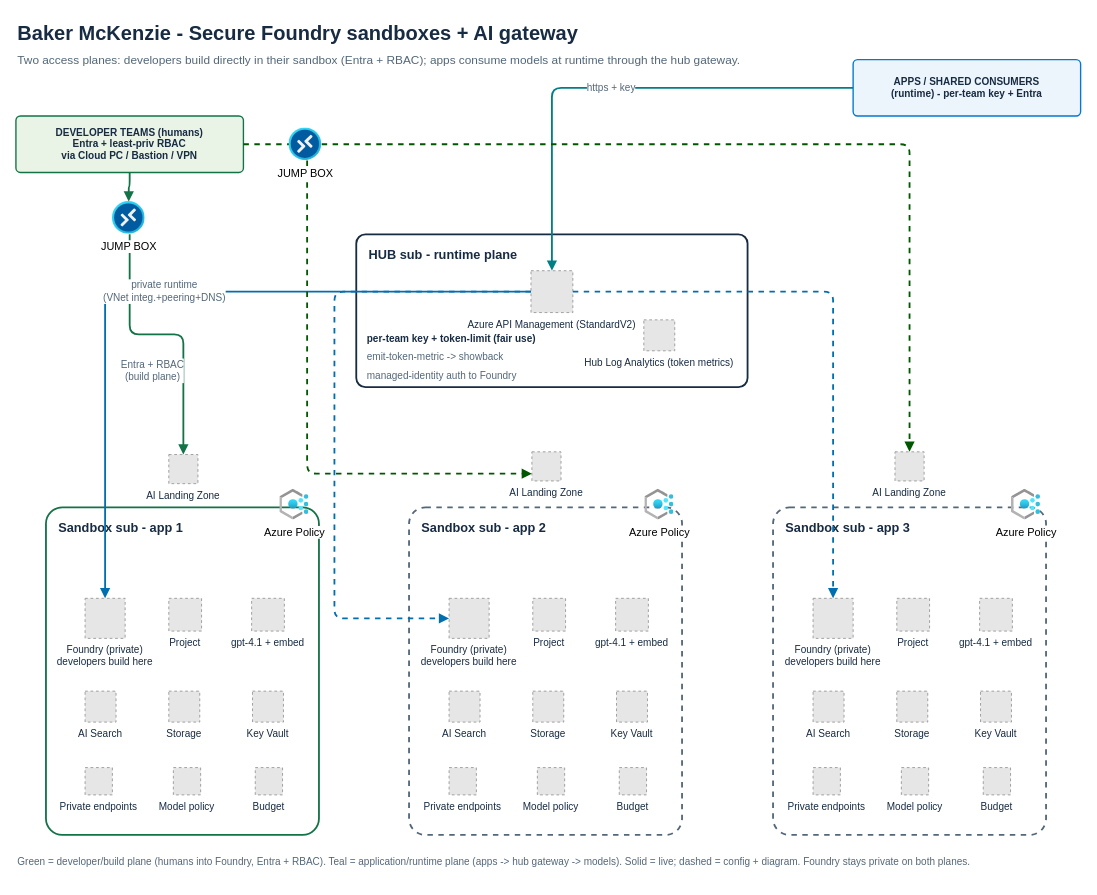
The draw.io diagram examples/baker-mckenzie-workshop/diagrams/hub-and-spoke-gateway.drawio in troyhite/terraform-azurerm-avm-ptn-aiml-landing-zone, before the edit. Source tidied: cells renumbered, new cells numbered last; positions are measured from the earlier drawing's top-left corner, leaving out a move shared by most shapes. Both pictures are drawn from the tidied source at 91%, with x=0, y=0 at pixel (15, 15). Pictures stored in the file or linked from it are replaced by grey dashed boxes.
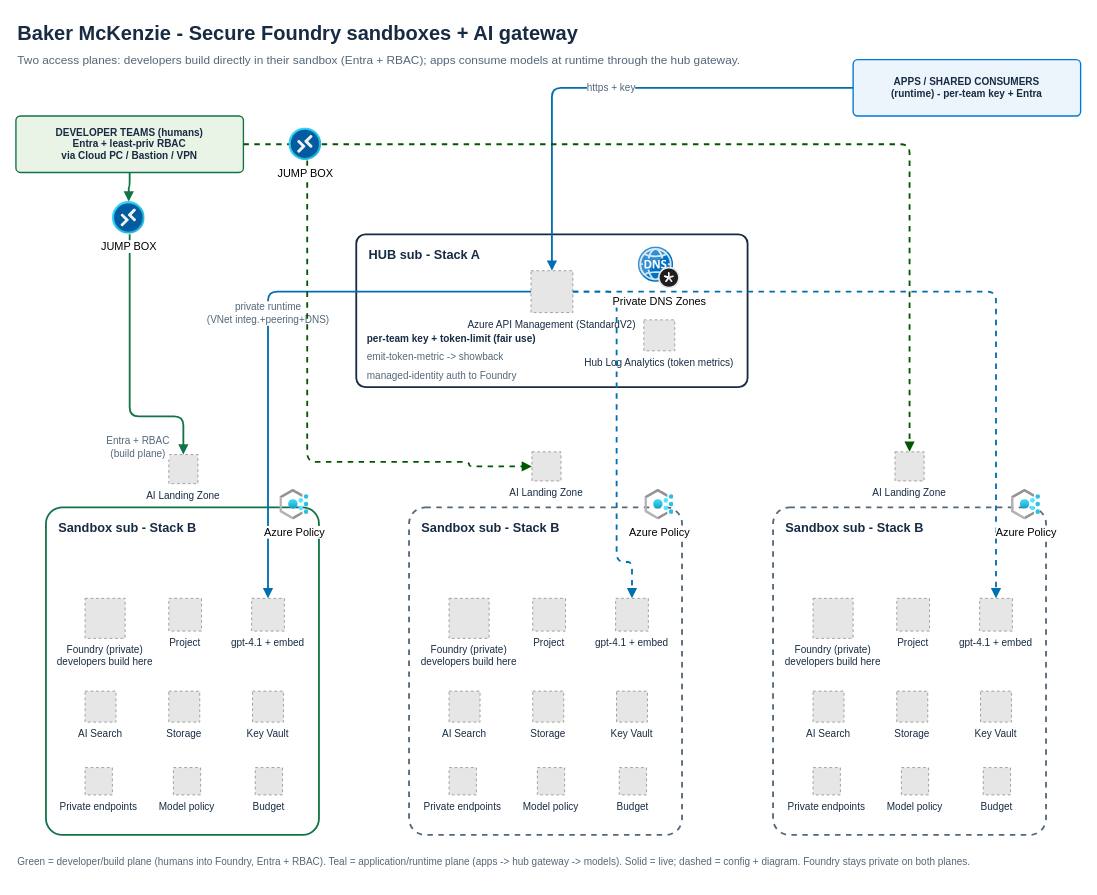
After the change.

The change refers to these unchanged cells:
```xml
<mxCell id="4" value="DEVELOPER TEAMS (humans)&#10;Entra + least-priv RBAC&#10;via Cloud PC / Bastion / VPN" style="rounded=1;whiteSpace=wrap;html=1;fillColor=#E9F3E6;strokeColor=#137347;strokeWidth=1.5;fontColor=#172B42;fontSize=11;fontStyle=1;verticalAlign=middle;arcSize=8;dashed=0;" parent="1" vertex="1">
  <mxGeometry y="110" width="250" height="62" as="geometry" />
</mxCell>
<mxCell id="5" value="APPS / SHARED CONSUMERS&#10;(runtime) - per-team key + Entra" style="rounded=1;whiteSpace=wrap;html=1;fillColor=#EDF5FC;strokeColor=#0078D4;strokeWidth=1.5;fontColor=#172B42;fontSize=11;fontStyle=1;verticalAlign=middle;arcSize=8;dashed=0;" parent="1" vertex="1">
  <mxGeometry x="920" y="48" width="250" height="62" as="geometry" />
</mxCell>
<mxCell id="7" value="Azure API Management (StandardV2)" style="fillColor=#E6E6E6;strokeColor=#999999;dashed=1;verticalLabelPosition=bottom;labelBackgroundColor=none;verticalAlign=top;fontSize=11;fontColor=#172B42;" parent="1" vertex="1">
  <mxGeometry x="566" y="280" width="46" height="46" as="geometry" />
</mxCell>
<mxCell id="14" value="AI Landing Zone" style="fillColor=#E6E6E6;strokeColor=#999999;dashed=1;verticalLabelPosition=bottom;labelBackgroundColor=none;verticalAlign=top;fontSize=11;fontColor=#172B42;" parent="1" vertex="1">
  <mxGeometry x="168" y="482" width="32" height="32" as="geometry" />
</mxCell>
<mxCell id="15" value="Foundry (private)&#10;developers build here" style="fillColor=#E6E6E6;strokeColor=#999999;dashed=1;verticalLabelPosition=bottom;labelBackgroundColor=none;verticalAlign=top;fontSize=11;fontColor=#172B42;" parent="1" vertex="1">
  <mxGeometry x="76" y="640" width="44" height="44" as="geometry" />
</mxCell>
<mxCell id="17" value="gpt-4.1 + embed" style="fillColor=#E6E6E6;strokeColor=#999999;dashed=1;verticalLabelPosition=bottom;labelBackgroundColor=none;verticalAlign=top;fontSize=11;fontColor=#172B42;" parent="1" vertex="1">
  <mxGeometry x="259" y="640" width="36" height="36" as="geometry" />
</mxCell>
<mxCell id="27" value="AI Landing Zone" style="fillColor=#E6E6E6;strokeColor=#999999;dashed=1;verticalLabelPosition=bottom;labelBackgroundColor=none;verticalAlign=top;fontSize=11;fontColor=#172B42;" parent="1" vertex="1">
  <mxGeometry x="567" y="479" width="32" height="32" as="geometry" />
</mxCell>
<mxCell id="28" value="Foundry (private)&#10;developers build here" style="fillColor=#E6E6E6;strokeColor=#999999;dashed=1;verticalLabelPosition=bottom;labelBackgroundColor=none;verticalAlign=top;fontSize=11;fontColor=#172B42;" parent="1" vertex="1">
  <mxGeometry x="476" y="640" width="44" height="44" as="geometry" />
</mxCell>
<mxCell id="30" value="gpt-4.1 + embed" style="fillColor=#E6E6E6;strokeColor=#999999;dashed=1;verticalLabelPosition=bottom;labelBackgroundColor=none;verticalAlign=top;fontSize=11;fontColor=#172B42;" parent="1" vertex="1">
  <mxGeometry x="659" y="640" width="36" height="36" as="geometry" />
</mxCell>
<mxCell id="41" value="Foundry (private)&#10;developers build here" style="fillColor=#E6E6E6;strokeColor=#999999;dashed=1;verticalLabelPosition=bottom;labelBackgroundColor=none;verticalAlign=top;fontSize=11;fontColor=#172B42;" parent="1" vertex="1">
  <mxGeometry x="876" y="640" width="44" height="44" as="geometry" />
</mxCell>
<mxCell id="43" value="gpt-4.1 + embed" style="fillColor=#E6E6E6;strokeColor=#999999;dashed=1;verticalLabelPosition=bottom;labelBackgroundColor=none;verticalAlign=top;fontSize=11;fontColor=#172B42;" parent="1" vertex="1">
  <mxGeometry x="1059" y="640" width="36" height="36" as="geometry" />
</mxCell>
<mxCell id="57" value="JUMP BOX" style="image;html=1;points=[];align=center;fontSize=12;image=img/lib/azure2/other/Windows_Virtual_Desktop.svg;" parent="1" vertex="1">
  <mxGeometry x="106" y="204" width="36" height="36" as="geometry" />
</mxCell>
```

What changed in the source:
```diff
@@
-    <mxCell id="6" value="HUB sub - runtime plane" style="rounded=1;whiteSpace=wrap;html=1;fillColor=none;strokeColor=#172B42;strokeWidth=2;fontColor=#172B42;fontSize=14;fontStyle=1;verticalAlign=top;align=left;spacingLeft=12;spacingTop=8;arcSize=6;dashed=0;" parent="1" vertex="1">
+    <mxCell id="6" value="HUB sub - Stack A" style="rounded=1;whiteSpace=wrap;html=1;fillColor=none;strokeColor=#172B42;strokeWidth=2;fontColor=#172B42;fontSize=14;fontStyle=1;verticalAlign=top;align=left;spacingLeft=12;spacingTop=8;arcSize=6;dashed=0;" parent="1" vertex="1">
       <mxGeometry x="374" y="240" width="430" height="168" as="geometry" />
     </mxCell>
@@
-    <mxCell id="12" value="https + key" style="edgeStyle=orthogonalEdgeStyle;rounded=1;html=1;endArrow=block;endFill=1;strokeColor=#007F86;strokeWidth=2;fontSize=11;fontColor=#536779;labelBackgroundColor=#FFFFFF;dashed=0;" parent="1" edge="1" source="5" target="7">
+    <mxCell id="12" value="https + key" style="edgeStyle=orthogonalEdgeStyle;rounded=1;html=1;endArrow=block;endFill=1;strokeColor=#006EAF;strokeWidth=2;fontSize=11;fontColor=#536779;labelBackgroundColor=#FFFFFF;dashed=0;fillColor=#1ba1e2;" parent="1" edge="1" source="5" target="7">
       <mxGeometry relative="1" as="geometry" />
     </mxCell>
-    <mxCell id="13" value="Sandbox sub - app 1" style="rounded=1;whiteSpace=wrap;html=1;fillColor=none;strokeColor=#137347;strokeWidth=2;fontColor=#172B42;fontSize=14;fontStyle=1;verticalAlign=top;align=left;spacingLeft=12;spacingTop=8;arcSize=6;dashed=0;" parent="1" vertex="1">
+    <mxCell id="13" value="Sandbox sub - Stack B" style="rounded=1;whiteSpace=wrap;html=1;fillColor=none;strokeColor=#137347;strokeWidth=2;fontColor=#172B42;fontSize=14;fontStyle=1;verticalAlign=top;align=left;spacingLeft=12;spacingTop=8;arcSize=6;dashed=0;" parent="1" vertex="1">
       <mxGeometry x="33" y="540" width="300" height="360" as="geometry" />
     </mxCell>
@@
     <mxCell id="24" value="Entra + RBAC&#10;(build plane)" style="edgeStyle=orthogonalEdgeStyle;rounded=1;html=1;endArrow=block;endFill=1;strokeColor=#137347;strokeWidth=2;fontSize=11;fontColor=#536779;labelBackgroundColor=#FFFFFF;dashed=0;entryX=0.5;entryY=0;entryDx=0;entryDy=0;" parent="1" edge="1" source="57" target="14">
       <mxGeometry x="0.39" y="-34" relative="1" as="geometry">
         <Array as="points">
-          <mxPoint x="125" y="350" />
-          <mxPoint x="184" y="350" />
+          <mxPoint x="125" y="440.1" />
+          <mxPoint x="183.9" y="440.1" />
         </Array>
       </mxGeometry>
     </mxCell>
-    <mxCell id="25" value="private runtime&#10;(VNet integ.+peering+DNS)" style="edgeStyle=orthogonalEdgeStyle;rounded=1;html=1;endArrow=block;endFill=1;strokeColor=#006EAF;strokeWidth=2;fontSize=11;fontColor=#536779;labelBackgroundColor=#FFFFFF;dashed=0;fillColor=#1ba1e2;" parent="1" edge="1" source="7" target="15">
+    <mxCell id="25" value="private runtime&#10;(VNet integ.+peering+DNS)" style="edgeStyle=orthogonalEdgeStyle;rounded=1;html=1;endArrow=block;endFill=1;strokeColor=#006EAF;strokeWidth=2;fontSize=11;fontColor=#536779;labelBackgroundColor=#FFFFFF;dashed=0;fillColor=#1ba1e2;" parent="1" edge="1" source="7" target="17">
       <mxGeometry relative="1" as="geometry" />
     </mxCell>
-    <mxCell id="26" value="Sandbox sub - app 2" style="rounded=1;whiteSpace=wrap;html=1;fillColor=none;strokeColor=#536779;strokeWidth=2;fontColor=#172B42;fontSize=14;fontStyle=1;verticalAlign=top;align=left;spacingLeft=12;spacingTop=8;arcSize=6;dashed=1;" parent="1" vertex="1">
+    <mxCell id="26" value="Sandbox sub - Stack B" style="rounded=1;whiteSpace=wrap;html=1;fillColor=none;strokeColor=#536779;strokeWidth=2;fontColor=#172B42;fontSize=14;fontStyle=1;verticalAlign=top;align=left;spacingLeft=12;spacingTop=8;arcSize=6;dashed=1;" parent="1" vertex="1">
       <mxGeometry x="432" y="540" width="300" height="360" as="geometry" />
     </mxCell>
@@
-    <mxCell id="37" style="edgeStyle=orthogonalEdgeStyle;rounded=1;html=1;endArrow=block;endFill=1;strokeColor=#005700;strokeWidth=2;fontSize=11;fontColor=#536779;labelBackgroundColor=#FFFFFF;dashed=1;exitX=1;exitY=0.5;exitDx=0;exitDy=0;entryX=0;entryY=0.75;entryDx=0;entryDy=0;fillColor=#008a00;" parent="1" edge="1" source="4" target="27">
+    <mxCell id="37" style="edgeStyle=orthogonalEdgeStyle;rounded=1;html=1;endArrow=block;endFill=1;strokeColor=#005700;strokeWidth=2;fontSize=11;fontColor=#536779;labelBackgroundColor=#FFFFFF;dashed=1;exitX=1;exitY=0.5;exitDx=0;exitDy=0;entryX=0;entryY=0.5;entryDx=0;entryDy=0;fillColor=#008a00;" parent="1" edge="1" source="4" target="27">
       <mxGeometry relative="1" as="geometry">
         <Array as="points">
-          <mxPoint x="320" y="141" />
-          <mxPoint x="320" y="503" />
+          <mxPoint x="320.1" y="141" />
+          <mxPoint x="320.1" y="490.1" />
+          <mxPoint x="498.1" y="490.1" />
+          <mxPoint x="498.1" y="495" />
         </Array>
       </mxGeometry>
     </mxCell>
-    <mxCell id="38" style="edgeStyle=orthogonalEdgeStyle;rounded=1;html=1;endArrow=block;endFill=1;strokeColor=#006EAF;strokeWidth=2;fontSize=11;fontColor=#536779;labelBackgroundColor=#FFFFFF;dashed=1;fillColor=#1ba1e2;" parent="1" edge="1" source="7" target="28">
+    <mxCell id="38" style="edgeStyle=orthogonalEdgeStyle;rounded=1;html=1;endArrow=block;endFill=1;strokeColor=#006EAF;strokeWidth=2;fontSize=11;fontColor=#536779;labelBackgroundColor=#FFFFFF;dashed=1;fillColor=#1ba1e2;entryX=0.5;entryY=0;entryDx=0;entryDy=0;" parent="1" edge="1" source="7" target="30">
       <mxGeometry relative="1" as="geometry">
         <Array as="points">
-          <mxPoint x="350" y="303" />
-          <mxPoint x="350" y="662.1" />
+          <mxPoint x="660.1" y="303" />
+          <mxPoint x="660.1" y="600.1" />
+          <mxPoint x="677" y="600.1" />
         </Array>
       </mxGeometry>
     </mxCell>
-    <mxCell id="39" value="Sandbox sub - app 3" style="rounded=1;whiteSpace=wrap;html=1;fillColor=none;strokeColor=#536779;strokeWidth=2;fontColor=#172B42;fontSize=14;fontStyle=1;verticalAlign=top;align=left;spacingLeft=12;spacingTop=8;arcSize=6;dashed=1;" parent="1" vertex="1">
+    <mxCell id="39" value="Sandbox sub - Stack B" style="rounded=1;whiteSpace=wrap;html=1;fillColor=none;strokeColor=#536779;strokeWidth=2;fontColor=#172B42;fontSize=14;fontStyle=1;verticalAlign=top;align=left;spacingLeft=12;spacingTop=8;arcSize=6;dashed=1;" parent="1" vertex="1">
       <mxGeometry x="832" y="540" width="300" height="360" as="geometry" />
     </mxCell>
@@
-    <mxCell id="51" style="edgeStyle=orthogonalEdgeStyle;rounded=1;html=1;endArrow=block;endFill=1;strokeColor=#006EAF;strokeWidth=2;fontSize=11;fontColor=#536779;labelBackgroundColor=#FFFFFF;dashed=1;fillColor=#1ba1e2;" parent="1" edge="1" source="7" target="41">
+    <mxCell id="51" style="edgeStyle=orthogonalEdgeStyle;rounded=1;html=1;endArrow=block;endFill=1;strokeColor=#006EAF;strokeWidth=2;fontSize=11;fontColor=#536779;labelBackgroundColor=#FFFFFF;dashed=1;fillColor=#1ba1e2;entryX=0.5;entryY=0;entryDx=0;entryDy=0;" parent="1" edge="1" source="7" target="43">
       <mxGeometry relative="1" as="geometry" />
     </mxCell>
@@
+    <mxCell id="59" value="Private DNS Zones" style="image;sketch=0;html=1;align=center;fontSize=12;image=img/lib/mscae/DNS_Private_Zones.svg;" parent="1" vertex="1">
+      <mxGeometry x="684" y="254" width="46" height="46" as="geometry" />
+    </mxCell>
```
